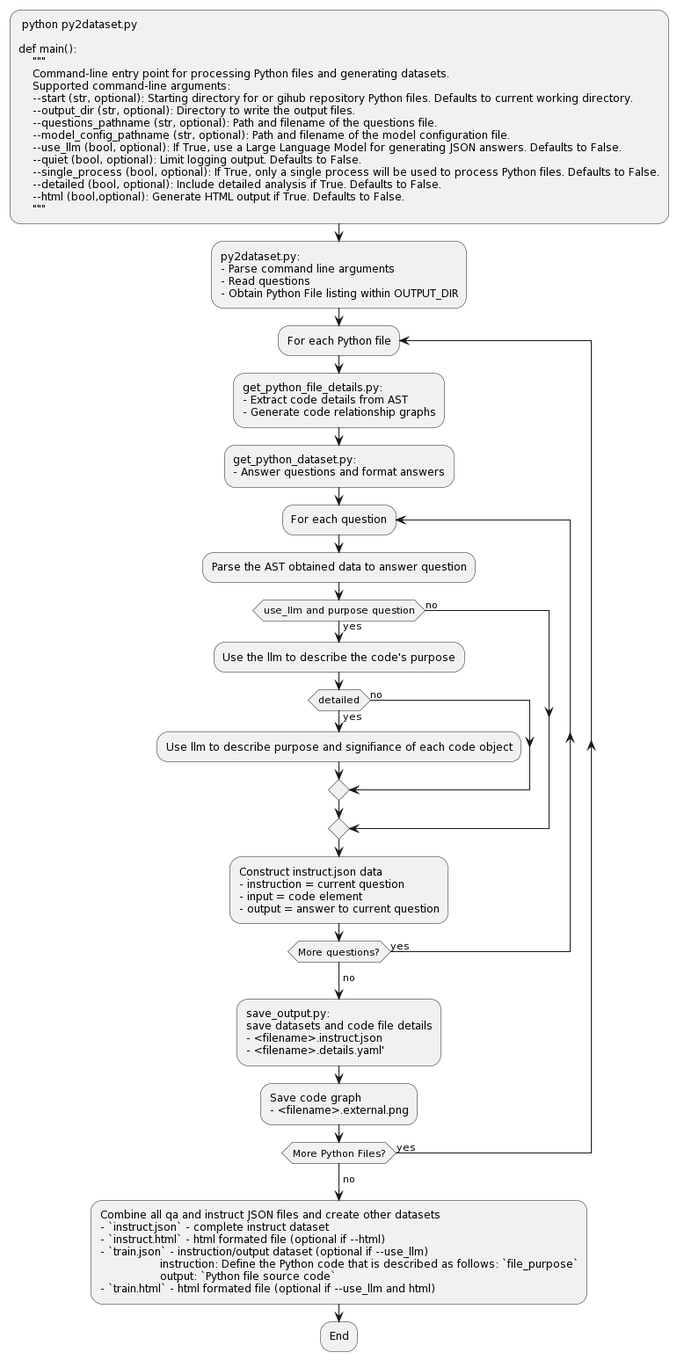
The PlantUML diagram py2dataset.png in jeffmeloy/py2dataset, before a commit.
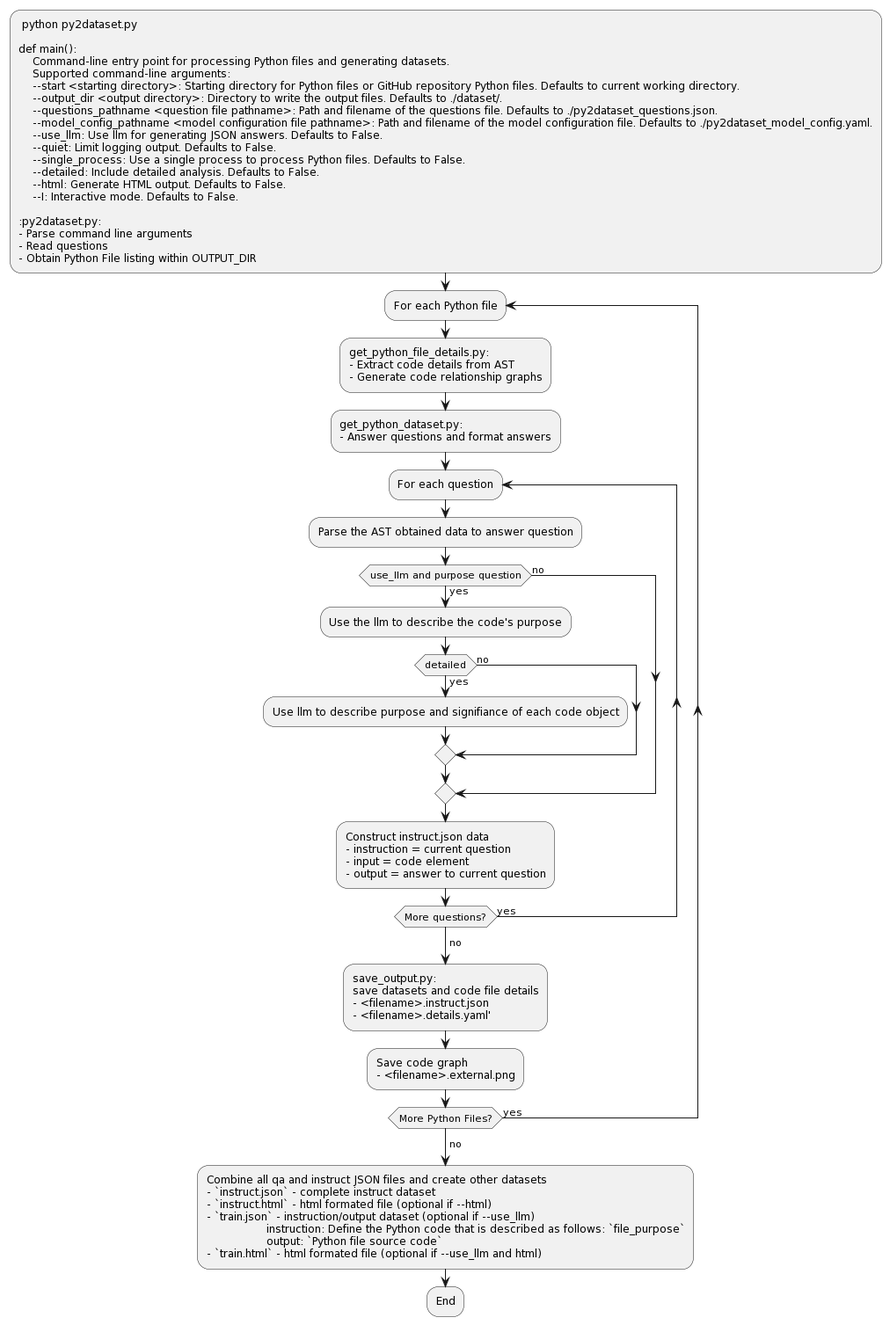
After the change.

Change to the diagram source:
```diff
@@ -2,19 +2,18 @@
 : python py2dataset.py
 
 def main():
-    """
     Command-line entry point for processing Python files and generating datasets.
     Supported command-line arguments:
-    --start (str, optional): Starting directory for or gihub repository Python files. Defaults to current working directory.
-    --output_dir (str, optional): Directory to write the output files.
-    --questions_pathname (str, optional): Path and filename of the questions file.
-    --model_config_pathname (str, optional): Path and filename of the model configuration file.
-    --use_llm (bool, optional): If True, use a Large Language Model for generating JSON answers. Defaults to False.
-    --quiet (bool, optional): Limit logging output. Defaults to False.
-    --single_process (bool, optional): If True, only a single process will be used to process Python files. Defaults to False.
-    --detailed (bool, optional): Include detailed analysis if True. Defaults to False.
-    --html (bool,optional): Generate HTML output if True. Defaults to False.
-    """;
+    --start <starting directory>: Starting directory for Python files or GitHub repository Python files. Defaults to current working directory.
+    --output_dir <output directory>: Directory to write the output files. Defaults to ./dataset/.
+    --questions_pathname <question file pathname>: Path and filename of the questions file. Defaults to ./py2dataset_questions.json.
+    --model_config_pathname <model configuration file pathname>: Path and filename of the model configuration file. Defaults to ./py2dataset_model_config.yaml.
+    --use_llm: Use llm for generating JSON answers. Defaults to False.
+    --quiet: Limit logging output. Defaults to False.
+    --single_process: Use a single process to process Python files. Defaults to False.
+    --detailed: Include detailed analysis. Defaults to False.
+    --html: Generate HTML output. Defaults to False.
+    --I: Interactive mode. Defaults to False.
 
 :py2dataset.py:
 - Parse command line arguments
```
